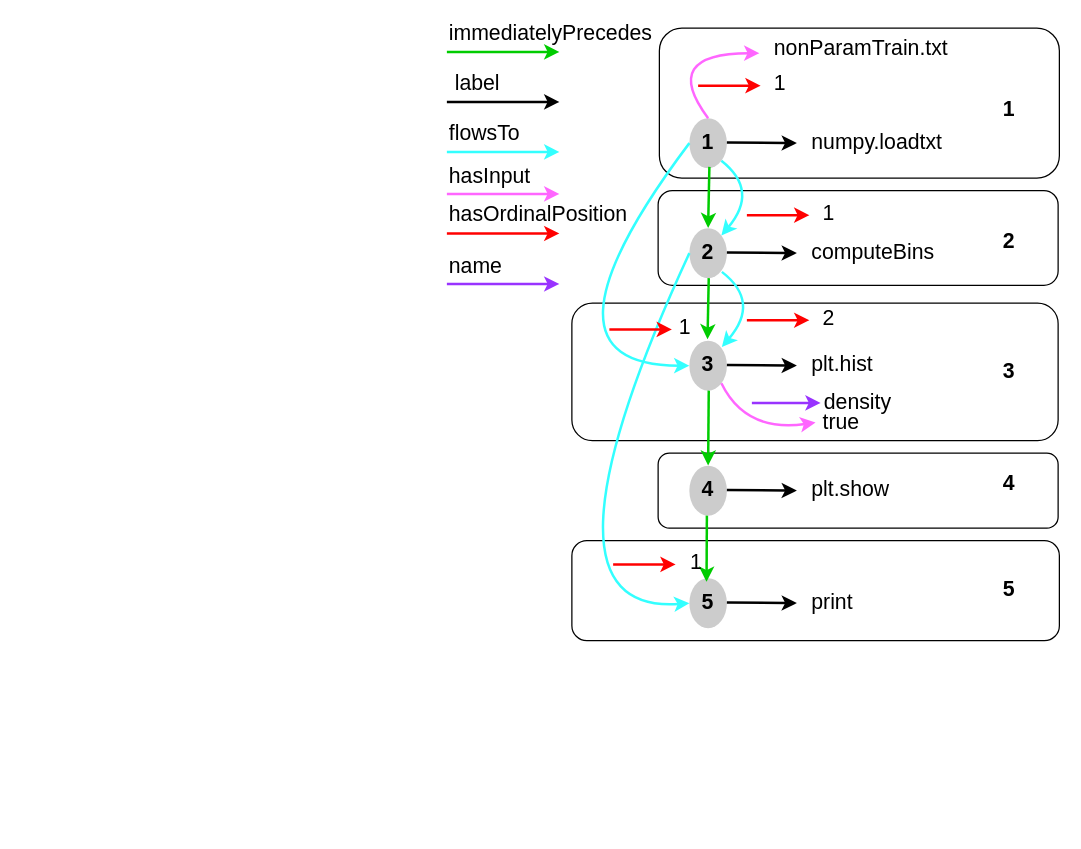
leonchemnitz/ai4ca_sandbox keeps this draw.io diagram as graphgen-proposal/dataflow-graph.drawio. Above is the earlier version. Source tidied: cells renumbered, new cells numbered last; positions are measured from the earlier drawing's top-left corner, leaving out a move shared by most shapes. Both pictures are drawn from the tidied source at 125%, with x=0, y=0 at pixel (446, 26).
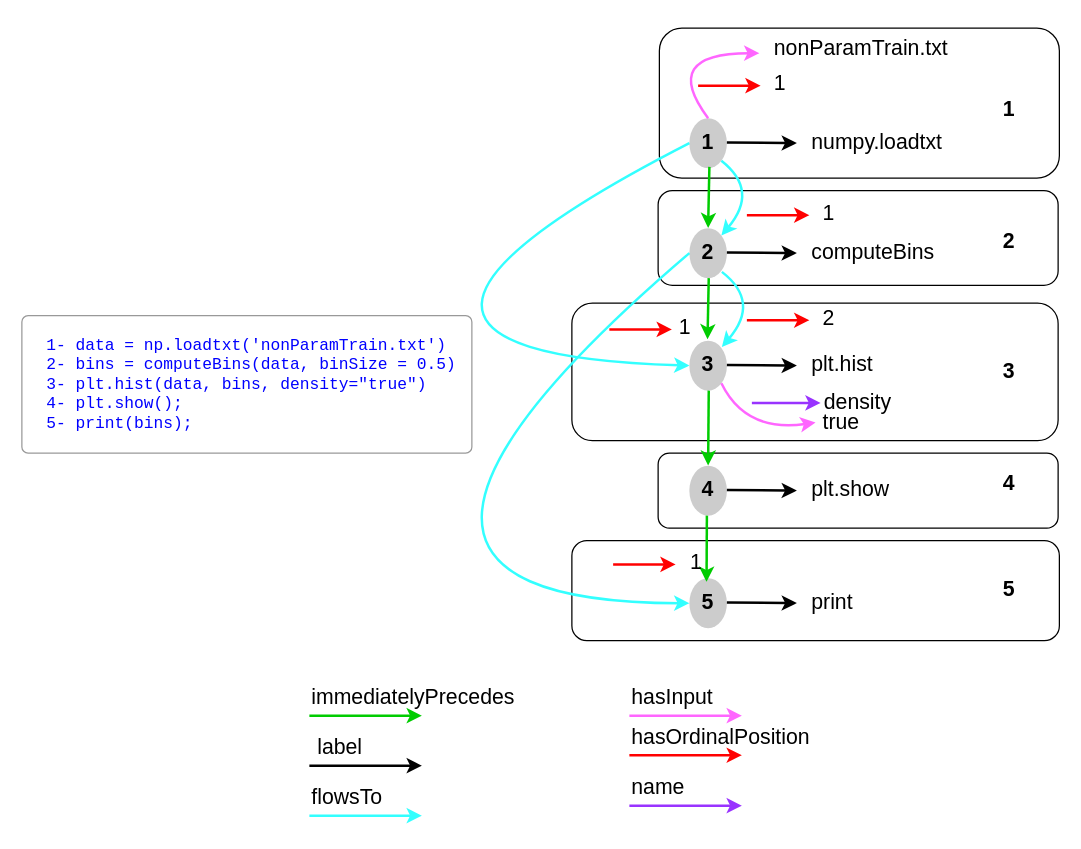
The same page after the edit.

Unchanged cells that the change refers to:
```xml
<mxCell id="13" value="1" style="ellipse;whiteSpace=wrap;html=1;strokeColor=none;fillColor=#CCCCCC;fontStyle=1;fontSize=17;" parent="1" vertex="1">
  <mxGeometry x="194" y="73" width="30" height="40" as="geometry" />
</mxCell>
<mxCell id="16" value="2" style="ellipse;whiteSpace=wrap;html=1;strokeColor=none;fillColor=#CCCCCC;fontStyle=1;fontSize=17;" parent="1" vertex="1">
  <mxGeometry x="194" y="161" width="30" height="40" as="geometry" />
</mxCell>
<mxCell id="19" value="3" style="ellipse;whiteSpace=wrap;html=1;strokeColor=none;fillColor=#CCCCCC;fontStyle=1;fontSize=17;" parent="1" vertex="1">
  <mxGeometry x="194" y="251" width="30" height="40" as="geometry" />
</mxCell>
<mxCell id="41" value="5" style="ellipse;whiteSpace=wrap;html=1;strokeColor=none;fillColor=#CCCCCC;fontStyle=1;fontSize=17;" parent="1" vertex="1">
  <mxGeometry x="194" y="441" width="30" height="40" as="geometry" />
</mxCell>
```

The edit, as a diff of the source:
```diff
@@
     <mxCell id="7" style="endArrow=classic;html=1;rounded=0;strokeColor=#00CC00;strokeWidth=2;fontSize=17;" parent="1" edge="1">
       <mxGeometry relative="1" as="geometry">
-        <mxPoint y="20" as="sourcePoint" />
-        <mxPoint x="90" y="20" as="targetPoint" />
+        <mxPoint x="-110" y="551" as="sourcePoint" />
+        <mxPoint x="-20" y="551" as="targetPoint" />
       </mxGeometry>
     </mxCell>
     <mxCell id="8" value="immediatelyPrecedes" style="text;html=1;strokeColor=none;fillColor=none;align=left;verticalAlign=middle;whiteSpace=wrap;rounded=0;fontSize=17;" parent="1" vertex="1">
-      <mxGeometry width="100" height="12" as="geometry" />
+      <mxGeometry x="-110" y="531" width="100" height="12" as="geometry" />
     </mxCell>
     <mxCell id="9" style="endArrow=classic;html=1;rounded=0;strokeColor=#000000;strokeWidth=2;fontSize=17;" parent="1" edge="1">
       <mxGeometry relative="1" as="geometry">
-        <mxPoint y="60" as="sourcePoint" />
-        <mxPoint x="90" y="60" as="targetPoint" />
+        <mxPoint x="-110" y="591" as="sourcePoint" />
+        <mxPoint x="-20" y="591" as="targetPoint" />
       </mxGeometry>
     </mxCell>
     <mxCell id="10" value="&amp;nbsp;label" style="text;html=1;strokeColor=none;fillColor=none;align=left;verticalAlign=middle;whiteSpace=wrap;rounded=0;fontSize=17;" parent="1" vertex="1">
-      <mxGeometry y="40" width="100" height="12" as="geometry" />
+      <mxGeometry x="-110" y="571" width="100" height="12" as="geometry" />
     </mxCell>
     <mxCell id="11" style="endArrow=classic;html=1;rounded=0;strokeColor=#33FFFF;strokeWidth=2;fontSize=17;" parent="1" edge="1">
       <mxGeometry relative="1" as="geometry">
-        <mxPoint y="100" as="sourcePoint" />
-        <mxPoint x="90" y="100" as="targetPoint" />
+        <mxPoint x="-110" y="631" as="sourcePoint" />
+        <mxPoint x="-20" y="631" as="targetPoint" />
       </mxGeometry>
     </mxCell>
     <mxCell id="12" value="flowsTo" style="text;html=1;strokeColor=none;fillColor=none;align=left;verticalAlign=middle;whiteSpace=wrap;rounded=0;fontSize=17;" parent="1" vertex="1">
-      <mxGeometry y="80" width="100" height="12" as="geometry" />
+      <mxGeometry x="-110" y="611" width="100" height="12" as="geometry" />
     </mxCell>
@@
     <mxCell id="24" style="endArrow=classic;html=1;rounded=0;strokeColor=#FF66FF;strokeWidth=2;fontSize=17;" parent="1" edge="1">
       <mxGeometry relative="1" as="geometry">
-        <mxPoint y="133.6" as="sourcePoint" />
-        <mxPoint x="90" y="133.6" as="targetPoint" />
+        <mxPoint x="146" y="551" as="sourcePoint" />
+        <mxPoint x="236" y="551" as="targetPoint" />
       </mxGeometry>
     </mxCell>
     <mxCell id="25" value="hasInput" style="text;html=1;strokeColor=none;fillColor=none;align=left;verticalAlign=middle;whiteSpace=wrap;rounded=0;fontSize=17;" parent="1" vertex="1">
-      <mxGeometry y="113.6" width="100" height="12" as="geometry" />
+      <mxGeometry x="146" y="531" width="100" height="12" as="geometry" />
     </mxCell>
     <mxCell id="26" style="endArrow=classic;html=1;rounded=0;strokeColor=#FF0000;strokeWidth=2;fontSize=17;" parent="1" edge="1">
       <mxGeometry relative="1" as="geometry">
-        <mxPoint y="165.3" as="sourcePoint" />
-        <mxPoint x="90" y="165.3" as="targetPoint" />
+        <mxPoint x="146" y="582.7" as="sourcePoint" />
+        <mxPoint x="236" y="582.7" as="targetPoint" />
       </mxGeometry>
     </mxCell>
     <mxCell id="27" value="hasOrdinalPosition" style="text;html=1;strokeColor=none;fillColor=none;align=left;verticalAlign=middle;whiteSpace=wrap;rounded=0;fontSize=17;" parent="1" vertex="1">
-      <mxGeometry y="145.3" width="100" height="12" as="geometry" />
+      <mxGeometry x="146" y="562.7" width="100" height="12" as="geometry" />
     </mxCell>
     <mxCell id="28" style="endArrow=classic;html=1;rounded=0;strokeColor=#9933FF;strokeWidth=2;fontSize=17;" parent="1" edge="1">
       <mxGeometry relative="1" as="geometry">
-        <mxPoint y="205.7" as="sourcePoint" />
-        <mxPoint x="90" y="205.7" as="targetPoint" />
+        <mxPoint x="146" y="623" as="sourcePoint" />
+        <mxPoint x="236" y="623" as="targetPoint" />
       </mxGeometry>
     </mxCell>
     <mxCell id="29" value="name" style="text;html=1;strokeColor=none;fillColor=none;align=left;verticalAlign=middle;whiteSpace=wrap;rounded=0;fontSize=17;" parent="1" vertex="1">
-      <mxGeometry y="185.7" width="100" height="12" as="geometry" />
+      <mxGeometry x="146" y="603" width="100" height="12" as="geometry" />
     </mxCell>
@@
     <mxCell id="45" style="endArrow=classic;html=1;strokeColor=#33FFFF;strokeWidth=2;exitX=0;exitY=0.5;exitDx=0;exitDy=0;entryX=0;entryY=0.5;entryDx=0;entryDy=0;curved=1;fontSize=17;" parent="1" edge="1" source="16" target="41">
       <mxGeometry relative="1" as="geometry">
         <Array as="points">
-          <mxPoint x="60" y="471" />
+          <mxPoint x="-134" y="461" />
         </Array>
       </mxGeometry>
     </mxCell>
@@
     <mxCell id="48" style="endArrow=classic;html=1;strokeColor=#33FFFF;strokeWidth=2;exitX=0;exitY=0.5;exitDx=0;exitDy=0;entryX=0;entryY=0.5;entryDx=0;entryDy=0;curved=1;fontSize=17;" parent="1" edge="1" source="13" target="19">
       <mxGeometry relative="1" as="geometry">
         <Array as="points">
-          <mxPoint x="60" y="271" />
+          <mxPoint x="-134" y="261" />
         </Array>
       </mxGeometry>
     </mxCell>
@@
+    <mxCell id="63" value="&lt;div style=&quot;font-size: 13px;&quot;&gt;&lt;font style=&quot;font-size: 13px;&quot;&gt;1- data = np.loadtxt('nonParamTrain.txt')&lt;/font&gt;&lt;/div&gt;&lt;div style=&quot;font-size: 13px;&quot;&gt;&lt;font style=&quot;font-size: 13px;&quot;&gt;2- bins = computeBins(data, binSize = 0.5)&lt;/font&gt;&lt;/div&gt;&lt;div style=&quot;font-size: 13px;&quot;&gt;&lt;div&gt;&lt;font style=&quot;font-size: 13px;&quot;&gt;3- plt.hist(data, bins, density=&quot;true&quot;)&lt;/font&gt;&lt;/div&gt;&lt;/div&gt;&lt;div style=&quot;font-size: 13px;&quot;&gt;&lt;font style=&quot;font-size: 13px;&quot;&gt;4- plt.show();&lt;/font&gt;&lt;/div&gt;&lt;div style=&quot;font-size: 13px;&quot;&gt;&lt;font style=&quot;font-size: 13px;&quot;&gt;5- print(bins);&lt;/font&gt;&lt;/div&gt;" style="html=1;shadow=0;dashed=0;shape=mxgraph.bootstrap.rrect;rSize=5;strokeColor=#999999;strokeWidth=1;fillColor=#FFFFFF;fontColor=#0000FF;whiteSpace=wrap;align=left;verticalAlign=middle;spacingLeft=10;fontSize=14;spacing=10;fontFamily=Courier New;" parent="1" vertex="1">
+      <mxGeometry x="-340" y="231" width="360" height="110" as="geometry" />
+    </mxCell>
```
